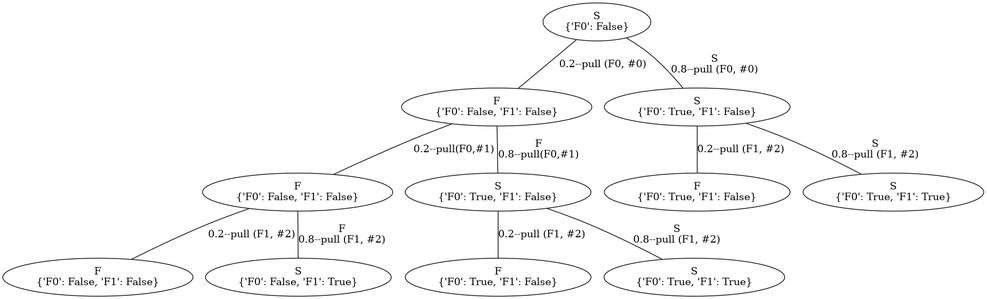
The Graphviz diagram G.gv.png in YasinBoloorchi/WARP-Simulator, before a commit. Its source is kept beside it as G.gv.
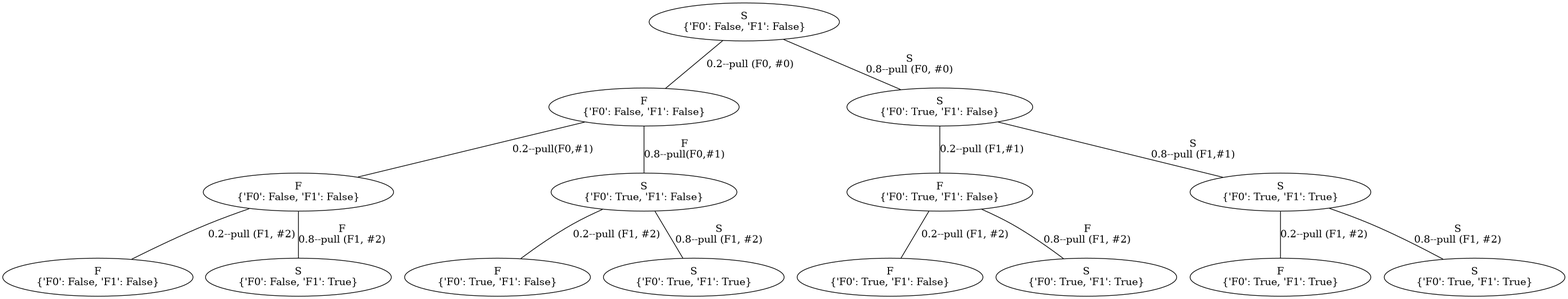
After the change.

Diff of the diagram source:
```diff
@@ -1,54 +1,74 @@
 graph G {
-	140001827957216 [label="S
-{'F0': False}"]
-	140001827957024 [label="S
+	140558885841280 [label="S
 {'F0': False, 'F1': False}"]
-	140001827957216 -- 140001827957024 [label="0.2--pull (F0, #0)"]
-	140001827957024 [label="F
+	140558885841088 [label="S
 {'F0': False, 'F1': False}"]
-	140001827956976 [label="F
+	140558885841280 -- 140558885841088 [label="0.2--pull (F0, #0)"]
+	140558885841088 [label="F
 {'F0': False, 'F1': False}"]
-	140001827957024 -- 140001827956976 [label="0.2--pull(F0,#1)"]
-	140001827956976 [label="F
+	140558883914128 [label="F
 {'F0': False, 'F1': False}"]
-	140001826030304 [label="F
+	140558885841088 -- 140558883914128 [label="0.2--pull(F0,#1)"]
+	140558883914128 [label="F
 {'F0': False, 'F1': False}"]
-	140001827956976 -- 140001826030304 [label="0.2--pull (F1, #2)"]
-	140001826030304 [label="F
+	140558883914080 [label="F
 {'F0': False, 'F1': False}"]
-	140001826030544 [label="{'F0': False, 'F1': True}"]
-	140001827956976 -- 140001826030544 [label="F
+	140558883914128 -- 140558883914080 [label="0.2--pull (F1, #2)"]
+	140558883914080 [label="F
+{'F0': False, 'F1': False}"]
+	140558883913984 [label="{'F0': False, 'F1': True}"]
+	140558883914128 -- 140558883913984 [label="F
 0.8--pull (F1, #2)"]
-	140001826030544 [label="S
+	140558883913984 [label="S
 {'F0': False, 'F1': True}"]
-	140001826030160 [label="{'F0': True, 'F1': False}"]
-	140001827957024 -- 140001826030160 [label="F
+	140558883914368 [label="{'F0': True, 'F1': False}"]
+	140558885841088 -- 140558883914368 [label="F
 0.8--pull(F0,#1)"]
-	140001826030160 [label="S
+	140558883914368 [label="S
 {'F0': True, 'F1': False}"]
-	140001826030352 [label="S
+	140558883914272 [label="S
 {'F0': True, 'F1': False}"]
-	140001826030160 -- 140001826030352 [label="0.2--pull (F1, #2)"]
-	140001826030352 [label="F
+	140558883914368 -- 140558883914272 [label="0.2--pull (F1, #2)"]
+	140558883914272 [label="F
 {'F0': True, 'F1': False}"]
-	140001826030256 [label="{'F0': True, 'F1': True}"]
-	140001826030160 -- 140001826030256 [label="S
+	140558883914320 [label="{'F0': True, 'F1': True}"]
+	140558883914368 -- 140558883914320 [label="S
 0.8--pull (F1, #2)"]
-	140001826030256 [label="S
+	140558883914320 [label="S
 {'F0': True, 'F1': True}"]
-	140001827956928 [label="{'F0': True, 'F1': False}"]
-	140001827957216 -- 140001827956928 [label="S
+	140558885841136 [label="{'F0': True, 'F1': False}"]
+	140558885841280 -- 140558885841136 [label="S
 0.8--pull (F0, #0)"]
-	140001827956928 [label="S
+	140558885841136 [label="S
 {'F0': True, 'F1': False}"]
-	140001826030400 [label="S
+	140558883914176 [label="S
 {'F0': True, 'F1': False}"]
-	140001827956928 -- 140001826030400 [label="0.2--pull (F1, #2)"]
-	140001826030400 [label="F
+	140558885841136 -- 140558883914176 [label="0.2--pull (F1,#1)"]
+	140558883914176 [label="F
 {'F0': True, 'F1': False}"]
-	140001826030448 [label="{'F0': True, 'F1': True}"]
-	140001827956928 -- 140001826030448 [label="S
+	140558883914416 [label="F
+{'F0': True, 'F1': False}"]
+	140558883914176 -- 140558883914416 [label="0.2--pull (F1, #2)"]
+	140558883914416 [label="F
+{'F0': True, 'F1': False}"]
+	140558883914464 [label="{'F0': True, 'F1': True}"]
+	140558883914176 -- 140558883914464 [label="F
 0.8--pull (F1, #2)"]
-	140001826030448 [label="S
+	140558883914464 [label="S
+{'F0': True, 'F1': True}"]
+	140558883914224 [label="{'F0': True, 'F1': True}"]
+	140558885841136 -- 140558883914224 [label="S
+0.8--pull (F1,#1)"]
+	140558883914224 [label="S
+{'F0': True, 'F1': True}"]
+	140558883914512 [label="S
+{'F0': True, 'F1': True}"]
+	140558883914224 -- 140558883914512 [label="0.2--pull (F1, #2)"]
+	140558883914512 [label="F
+{'F0': True, 'F1': True}"]
+	140558883914560 [label="{'F0': True, 'F1': True}"]
+	140558883914224 -- 140558883914560 [label="S
+0.8--pull (F1, #2)"]
+	140558883914560 [label="S
 {'F0': True, 'F1': True}"]
 }
```
